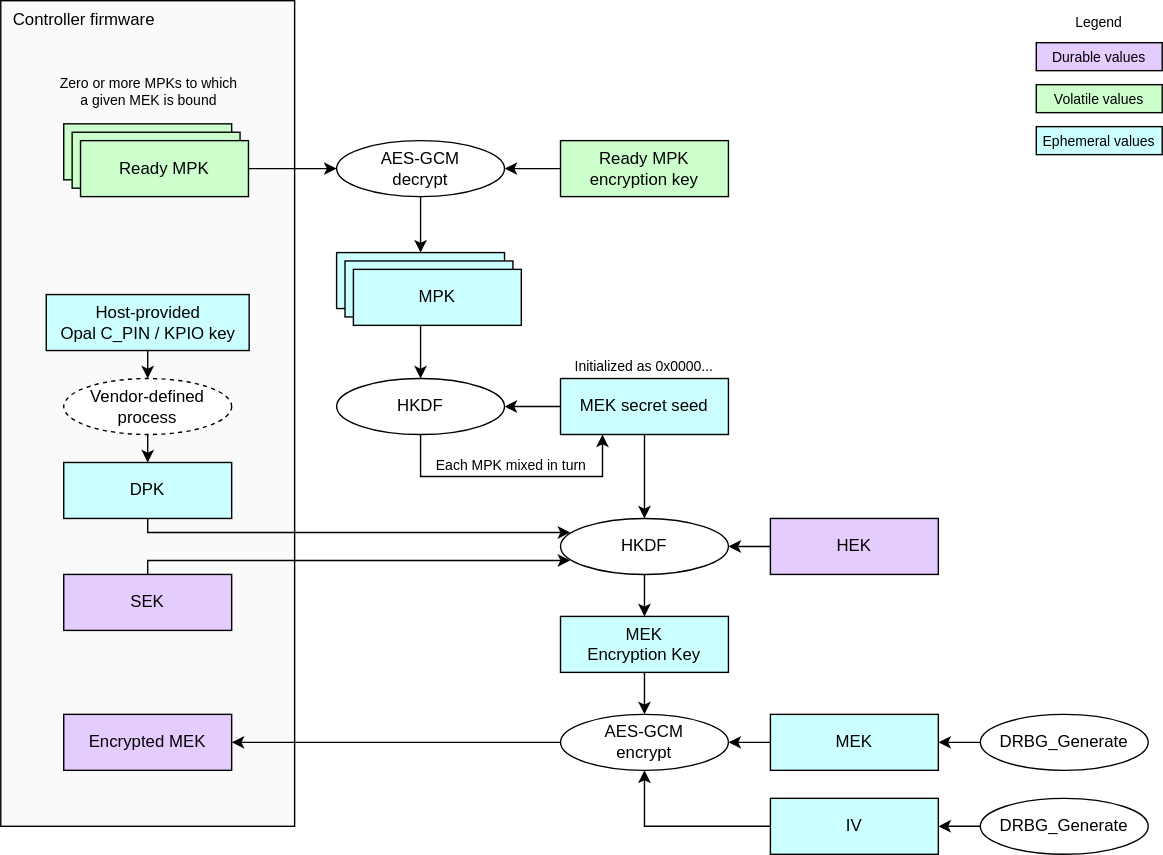
This is doc/ocp_lock/diagrams/mek_generation.drawio.svg from chipsalliance/Caliptra, a draw.io export, as it was before one commit. Source tidied: cells renumbered, new cells last; positions are measured from the earlier drawing's top-left corner, leaving out a move shared by most shapes. The source it was exported from:
```xml
<mxGraphModel background="#ffffff">
  <root>
    <mxCell id="0" />
    <mxCell id="1" parent="0" />
    <mxCell id="2" value="Controller firmware" style="rounded=0;whiteSpace=wrap;html=1;fillColor=#FAFAFA;strokeColor=#000000;align=left;verticalAlign=top;spacingLeft=7;" parent="1" vertex="1">
      <mxGeometry width="210" height="590" as="geometry" />
    </mxCell>
    <mxCell id="3" style="edgeStyle=segmentEdgeStyle;endArrow=classic;html=1;curved=0;rounded=0;endSize=6;startSize=6;entryX=0;entryY=0.5;entryDx=0;entryDy=0;exitX=1;exitY=0.5;exitDx=0;exitDy=0;" parent="1" edge="1" source="34" target="9">
      <mxGeometry relative="1" as="geometry" />
    </mxCell>
    <mxCell id="4" style="rounded=0;whiteSpace=wrap;html=1;align=center;verticalAlign=middle;shadow=0;glass=0;spacingLeft=0;spacingBottom=0;spacingTop=0;fillColor=#CCFFCC;" parent="1" vertex="1">
      <mxGeometry x="45" y="88" width="120" height="40" as="geometry" />
    </mxCell>
    <mxCell id="5" value="&lt;div&gt;&lt;font color=&quot;#000000&quot;&gt;HEK&lt;/font&gt;&lt;/div&gt;" style="rounded=0;whiteSpace=wrap;html=1;align=center;verticalAlign=middle;shadow=0;glass=0;spacingLeft=0;spacingBottom=0;spacingTop=0;fillColor=#E5CCFF;" parent="1" vertex="1">
      <mxGeometry x="550" y="370" width="120" height="40" as="geometry" />
    </mxCell>
    <mxCell id="6" value="&lt;div&gt;&lt;font color=&quot;#000000&quot;&gt;DPK&lt;/font&gt;&lt;/div&gt;" style="rounded=0;whiteSpace=wrap;html=1;align=center;verticalAlign=middle;shadow=0;glass=0;spacingLeft=0;spacingBottom=0;spacingTop=0;fillColor=#CCFFFF;" parent="1" vertex="1">
      <mxGeometry x="45" y="330" width="120" height="40" as="geometry" />
    </mxCell>
    <mxCell id="7" value="&lt;div&gt;&lt;font color=&quot;#000000&quot;&gt;MEK secret seed&lt;/font&gt;&lt;/div&gt;" style="rounded=0;whiteSpace=wrap;html=1;align=center;verticalAlign=middle;shadow=0;glass=0;spacingLeft=0;spacingBottom=0;spacingTop=0;fillColor=#CCFFFF;" parent="1" vertex="1">
      <mxGeometry x="400" y="270" width="120" height="40" as="geometry" />
    </mxCell>
    <mxCell id="8" value="&lt;div&gt;&lt;font color=&quot;#000000&quot;&gt;Ready MPK encryption key&lt;/font&gt;&lt;/div&gt;" style="rounded=0;whiteSpace=wrap;html=1;align=center;verticalAlign=middle;shadow=0;glass=0;spacingLeft=0;spacingBottom=0;spacingTop=0;fillColor=#CCFFCC;" parent="1" vertex="1">
      <mxGeometry x="400" y="100" width="120" height="40" as="geometry" />
    </mxCell>
    <mxCell id="9" value="AES-GCM&lt;div&gt;decrypt&lt;/div&gt;" style="ellipse;whiteSpace=wrap;html=1;fillColor=#FFFFFF;" parent="1" vertex="1">
      <mxGeometry x="240" y="100" width="120" height="40" as="geometry" />
    </mxCell>
    <mxCell id="10" style="rounded=0;whiteSpace=wrap;html=1;align=center;verticalAlign=middle;shadow=0;glass=0;spacingLeft=0;spacingBottom=0;spacingTop=0;fillColor=#CCFFFF;" parent="1" vertex="1">
      <mxGeometry x="240" y="180" width="120" height="40" as="geometry" />
    </mxCell>
    <mxCell id="11" style="edgeStyle=segmentEdgeStyle;endArrow=classic;html=1;curved=0;rounded=0;endSize=6;startSize=6;exitX=0;exitY=0.5;exitDx=0;exitDy=0;entryX=1;entryY=0.5;entryDx=0;entryDy=0;" parent="1" edge="1" source="8" target="9">
      <mxGeometry relative="1" as="geometry" />
    </mxCell>
    <mxCell id="12" style="edgeStyle=none;html=1;exitX=0.5;exitY=1;exitDx=0;exitDy=0;entryX=0.5;entryY=0;entryDx=0;entryDy=0;" parent="1" edge="1" source="9" target="10">
      <mxGeometry relative="1" as="geometry" />
    </mxCell>
    <mxCell id="13" value="HKDF" style="ellipse;whiteSpace=wrap;html=1;fillColor=#FFFFFF;" parent="1" vertex="1">
      <mxGeometry x="240" y="270" width="120" height="40" as="geometry" />
    </mxCell>
    <mxCell id="14" style="edgeStyle=none;html=1;exitX=0.5;exitY=1;exitDx=0;exitDy=0;entryX=0.5;entryY=0;entryDx=0;entryDy=0;" parent="1" edge="1" source="10" target="13">
      <mxGeometry relative="1" as="geometry" />
    </mxCell>
    <mxCell id="15" style="edgeStyle=none;html=1;exitX=0;exitY=0.5;exitDx=0;exitDy=0;entryX=1;entryY=0.5;entryDx=0;entryDy=0;endSize=6;startSize=6;" parent="1" edge="1" source="7" target="13">
      <mxGeometry relative="1" as="geometry" />
    </mxCell>
    <mxCell id="16" style="edgeStyle=segmentEdgeStyle;endArrow=classic;html=1;curved=0;rounded=0;endSize=6;startSize=6;exitX=0.5;exitY=1;exitDx=0;exitDy=0;entryX=0.25;entryY=1;entryDx=0;entryDy=0;" parent="1" edge="1" source="13" target="7">
      <mxGeometry relative="1" as="geometry">
        <Array as="points">
          <mxPoint x="300" y="340" />
          <mxPoint x="430" y="340" />
        </Array>
      </mxGeometry>
    </mxCell>
    <mxCell id="17" value="HKDF" style="ellipse;whiteSpace=wrap;html=1;fillColor=#FFFFFF;" parent="1" vertex="1">
      <mxGeometry x="400" y="370" width="120" height="40" as="geometry" />
    </mxCell>
    <mxCell id="18" value="&lt;div&gt;&lt;font color=&quot;#000000&quot;&gt;SEK&lt;/font&gt;&lt;/div&gt;" style="rounded=0;whiteSpace=wrap;html=1;align=center;verticalAlign=middle;shadow=0;glass=0;spacingLeft=0;spacingBottom=0;spacingTop=0;fillColor=#E5CCFF;" parent="1" vertex="1">
      <mxGeometry x="45" y="410" width="120" height="40" as="geometry" />
    </mxCell>
    <mxCell id="19" style="edgeStyle=none;html=1;exitX=0.5;exitY=1;exitDx=0;exitDy=0;" parent="1" edge="1" source="7" target="17">
      <mxGeometry relative="1" as="geometry" />
    </mxCell>
    <mxCell id="20" style="edgeStyle=segmentEdgeStyle;endArrow=classic;html=1;curved=0;rounded=0;endSize=6;startSize=6;exitX=0.5;exitY=1;exitDx=0;exitDy=0;arcSize=20;entryX=0.058;entryY=0.25;entryDx=0;entryDy=0;entryPerimeter=0;" parent="1" edge="1" source="6" target="17">
      <mxGeometry relative="1" as="geometry">
        <Array as="points">
          <mxPoint x="105" y="380" />
        </Array>
      </mxGeometry>
    </mxCell>
    <mxCell id="21" style="edgeStyle=segmentEdgeStyle;endArrow=classic;html=1;curved=0;rounded=0;endSize=6;startSize=6;entryX=0.058;entryY=0.75;entryDx=0;entryDy=0;entryPerimeter=0;exitX=0.5;exitY=0;exitDx=0;exitDy=0;" parent="1" edge="1" source="18" target="17">
      <mxGeometry relative="1" as="geometry">
        <Array as="points">
          <mxPoint x="105" y="400" />
        </Array>
      </mxGeometry>
    </mxCell>
    <mxCell id="22" value="Each MPK mixed in turn" style="text;strokeColor=none;align=center;fillColor=none;html=1;verticalAlign=middle;whiteSpace=wrap;rounded=0;fontSize=10;" parent="1" vertex="1">
      <mxGeometry x="300" y="317" width="130" height="30" as="geometry" />
    </mxCell>
    <mxCell id="23" value="&lt;div&gt;&lt;font color=&quot;#000000&quot;&gt;Durable values&lt;/font&gt;&lt;/div&gt;" style="rounded=0;whiteSpace=wrap;html=1;align=center;verticalAlign=middle;shadow=0;glass=0;spacingLeft=0;spacingBottom=0;spacingTop=0;fillColor=#E5CCFF;fontSize=10;" parent="1" vertex="1">
      <mxGeometry x="740" y="30" width="90" height="20" as="geometry" />
    </mxCell>
    <mxCell id="24" value="&lt;div&gt;&lt;font color=&quot;#000000&quot;&gt;Volatile values&lt;/font&gt;&lt;/div&gt;" style="rounded=0;whiteSpace=wrap;html=1;align=center;verticalAlign=middle;shadow=0;glass=0;spacingLeft=0;spacingBottom=0;spacingTop=0;fillColor=#CCFFCC;fontSize=10;" parent="1" vertex="1">
      <mxGeometry x="740" y="60" width="90" height="20" as="geometry" />
    </mxCell>
    <mxCell id="25" value="Legend" style="text;strokeColor=none;align=center;fillColor=none;html=1;verticalAlign=middle;whiteSpace=wrap;rounded=0;fontSize=10;" parent="1" vertex="1">
      <mxGeometry x="755" width="60" height="30" as="geometry" />
    </mxCell>
    <mxCell id="26" value="Vendor-defined process" style="ellipse;whiteSpace=wrap;html=1;fillColor=#FFFFFF;dashed=1;" parent="1" vertex="1">
      <mxGeometry x="45" y="270" width="120" height="40" as="geometry" />
    </mxCell>
    <mxCell id="27" value="&lt;div&gt;&lt;font color=&quot;#000000&quot;&gt;Host-provided&lt;/font&gt;&lt;/div&gt;&lt;div&gt;&lt;font color=&quot;#000000&quot;&gt;Opal C_PIN / KPIO key&lt;/font&gt;&lt;/div&gt;" style="rounded=0;whiteSpace=wrap;html=1;align=center;verticalAlign=middle;shadow=0;glass=0;spacingLeft=0;spacingBottom=0;spacingTop=0;fillColor=#CCFFFF;" parent="1" vertex="1">
      <mxGeometry x="32.5" y="210" width="145" height="40" as="geometry" />
    </mxCell>
    <mxCell id="28" style="endArrow=classic;html=1;exitX=0.5;exitY=1;exitDx=0;exitDy=0;" parent="1" edge="1" source="27" target="26">
      <mxGeometry relative="1" as="geometry" />
    </mxCell>
    <mxCell id="29" style="endArrow=classic;html=1;exitX=0.5;exitY=1;exitDx=0;exitDy=0;" parent="1" edge="1" source="26" target="6">
      <mxGeometry relative="1" as="geometry" />
    </mxCell>
    <mxCell id="30" value="&lt;div&gt;&lt;font color=&quot;#000000&quot;&gt;Ephemeral values&lt;/font&gt;&lt;/div&gt;" style="rounded=0;whiteSpace=wrap;html=1;align=center;verticalAlign=middle;shadow=0;glass=0;spacingLeft=0;spacingBottom=0;spacingTop=0;fillColor=#CCFFFF;fontSize=10;" parent="1" vertex="1">
      <mxGeometry x="740" y="90" width="90" height="20" as="geometry" />
    </mxCell>
    <mxCell id="31" value="&lt;div&gt;&lt;font color=&quot;#000000&quot;&gt;MEK&lt;/font&gt;&lt;/div&gt;&lt;div&gt;&lt;font color=&quot;#000000&quot;&gt;Encryption Key&lt;/font&gt;&lt;/div&gt;" style="rounded=0;whiteSpace=wrap;html=1;align=center;verticalAlign=middle;shadow=0;glass=0;spacingLeft=0;spacingBottom=0;spacingTop=0;fillColor=#CCFFFF;" parent="1" vertex="1">
      <mxGeometry x="400" y="440" width="120" height="40" as="geometry" />
    </mxCell>
    <mxCell id="32" style="edgeStyle=none;html=1;exitX=0.5;exitY=1;exitDx=0;exitDy=0;entryX=0.5;entryY=0;entryDx=0;entryDy=0;" parent="1" edge="1" source="17" target="31">
      <mxGeometry relative="1" as="geometry" />
    </mxCell>
    <mxCell id="33" style="rounded=0;whiteSpace=wrap;html=1;align=center;verticalAlign=middle;shadow=0;glass=0;spacingLeft=0;spacingBottom=0;spacingTop=0;fillColor=#CCFFCC;" parent="1" vertex="1">
      <mxGeometry x="51" y="94" width="120" height="40" as="geometry" />
    </mxCell>
    <mxCell id="34" value="&lt;div&gt;&lt;font color=&quot;#000000&quot;&gt;Ready MPK&lt;/font&gt;&lt;/div&gt;" style="rounded=0;whiteSpace=wrap;html=1;align=center;verticalAlign=middle;shadow=0;glass=0;spacingLeft=0;spacingBottom=0;spacingTop=0;fillColor=#CCFFCC;" parent="1" vertex="1">
      <mxGeometry x="57" y="100" width="120" height="40" as="geometry" />
    </mxCell>
    <mxCell id="35" style="rounded=0;whiteSpace=wrap;html=1;align=center;verticalAlign=middle;shadow=0;glass=0;spacingLeft=0;spacingBottom=0;spacingTop=0;fillColor=#CCFFFF;" parent="1" vertex="1">
      <mxGeometry x="246" y="186" width="120" height="40" as="geometry" />
    </mxCell>
    <mxCell id="36" value="&lt;div&gt;&lt;font color=&quot;#000000&quot;&gt;MPK&lt;/font&gt;&lt;/div&gt;" style="rounded=0;whiteSpace=wrap;html=1;align=center;verticalAlign=middle;shadow=0;glass=0;spacingLeft=0;spacingBottom=0;spacingTop=0;fillColor=#CCFFFF;" parent="1" vertex="1">
      <mxGeometry x="252" y="192" width="120" height="40" as="geometry" />
    </mxCell>
    <mxCell id="37" value="Zero or more MPKs to which a given MEK is bound" style="text;strokeColor=none;align=center;fillColor=none;html=1;verticalAlign=middle;whiteSpace=wrap;rounded=0;fontSize=10;" parent="1" vertex="1">
      <mxGeometry x="41" y="50" width="130" height="30" as="geometry" />
    </mxCell>
    <mxCell id="38" value="AES-GCM&lt;div&gt;encrypt&lt;/div&gt;" style="ellipse;whiteSpace=wrap;html=1;fillColor=#FFFFFF;" parent="1" vertex="1">
      <mxGeometry x="400" y="510" width="120" height="40" as="geometry" />
    </mxCell>
    <mxCell id="39" value="&lt;div&gt;&lt;font color=&quot;#000000&quot;&gt;MEK&lt;/font&gt;&lt;/div&gt;" style="rounded=0;whiteSpace=wrap;html=1;align=center;verticalAlign=middle;shadow=0;glass=0;spacingLeft=0;spacingBottom=0;spacingTop=0;fillColor=#CCFFFF;" parent="1" vertex="1">
      <mxGeometry x="550" y="510" width="120" height="40" as="geometry" />
    </mxCell>
    <mxCell id="40" value="DRBG_Generate" style="ellipse;whiteSpace=wrap;html=1;fillColor=#FFFFFF;" parent="1" vertex="1">
      <mxGeometry x="700" y="510" width="120" height="40" as="geometry" />
    </mxCell>
    <mxCell id="41" style="edgeStyle=none;html=1;exitX=0;exitY=0.5;exitDx=0;exitDy=0;entryX=1;entryY=0.5;entryDx=0;entryDy=0;" parent="1" edge="1" source="40" target="39">
      <mxGeometry relative="1" as="geometry" />
    </mxCell>
    <mxCell id="42" style="edgeStyle=none;html=1;exitX=0;exitY=0.5;exitDx=0;exitDy=0;entryX=1;entryY=0.5;entryDx=0;entryDy=0;" parent="1" edge="1" source="39" target="38">
      <mxGeometry relative="1" as="geometry" />
    </mxCell>
    <mxCell id="43" style="edgeStyle=none;html=1;exitX=0.5;exitY=1;exitDx=0;exitDy=0;entryX=0.5;entryY=0;entryDx=0;entryDy=0;" parent="1" edge="1" source="31" target="38">
      <mxGeometry relative="1" as="geometry" />
    </mxCell>
    <mxCell id="44" value="&lt;div&gt;&lt;font color=&quot;#000000&quot;&gt;Encrypted MEK&lt;/font&gt;&lt;/div&gt;" style="rounded=0;whiteSpace=wrap;html=1;align=center;verticalAlign=middle;shadow=0;glass=0;spacingLeft=0;spacingBottom=0;spacingTop=0;fillColor=#E5CCFF;" parent="1" vertex="1">
      <mxGeometry x="45" y="510" width="120" height="40" as="geometry" />
    </mxCell>
    <mxCell id="45" style="edgeStyle=none;html=1;exitX=0;exitY=0.5;exitDx=0;exitDy=0;entryX=1;entryY=0.5;entryDx=0;entryDy=0;" parent="1" edge="1" source="38" target="44">
      <mxGeometry relative="1" as="geometry" />
    </mxCell>
    <mxCell id="46" style="edgeStyle=none;html=1;exitX=0;exitY=0.5;exitDx=0;exitDy=0;entryX=1;entryY=0.5;entryDx=0;entryDy=0;" parent="1" edge="1" source="5" target="17">
      <mxGeometry relative="1" as="geometry" />
    </mxCell>
    <mxCell id="47" value="Initialized as 0x0000..." style="whiteSpace=wrap;html=1;strokeColor=none;fillColor=none;fontSize=10;" parent="1" vertex="1">
      <mxGeometry x="391" y="250" width="138" height="22" as="geometry" />
    </mxCell>
    <mxCell id="48" value="&lt;div&gt;&lt;font color=&quot;#000000&quot;&gt;IV&lt;/font&gt;&lt;/div&gt;" style="rounded=0;whiteSpace=wrap;html=1;align=center;verticalAlign=middle;shadow=0;glass=0;spacingLeft=0;spacingBottom=0;spacingTop=0;fillColor=#CCFFFF;" parent="1" vertex="1">
      <mxGeometry x="550" y="570" width="120" height="40" as="geometry" />
    </mxCell>
    <mxCell id="49" value="DRBG_Generate" style="ellipse;whiteSpace=wrap;html=1;fillColor=#FFFFFF;" parent="1" vertex="1">
      <mxGeometry x="700" y="570" width="120" height="40" as="geometry" />
    </mxCell>
    <mxCell id="50" style="edgeStyle=none;html=1;exitX=0;exitY=0.5;exitDx=0;exitDy=0;entryX=1;entryY=0.5;entryDx=0;entryDy=0;" parent="1" edge="1" source="49" target="48">
      <mxGeometry relative="1" as="geometry" />
    </mxCell>
    <mxCell id="51" style="edgeStyle=orthogonalEdgeStyle;endArrow=classic;html=1;rounded=0;endSize=6;startSize=6;entryX=0.5;entryY=1;entryDx=0;entryDy=0;exitX=0;exitY=0.5;exitDx=0;exitDy=0;" parent="1" edge="1" source="48" target="38">
      <mxGeometry relative="1" as="geometry" />
    </mxCell>
  </root>
</mxGraphModel>
```
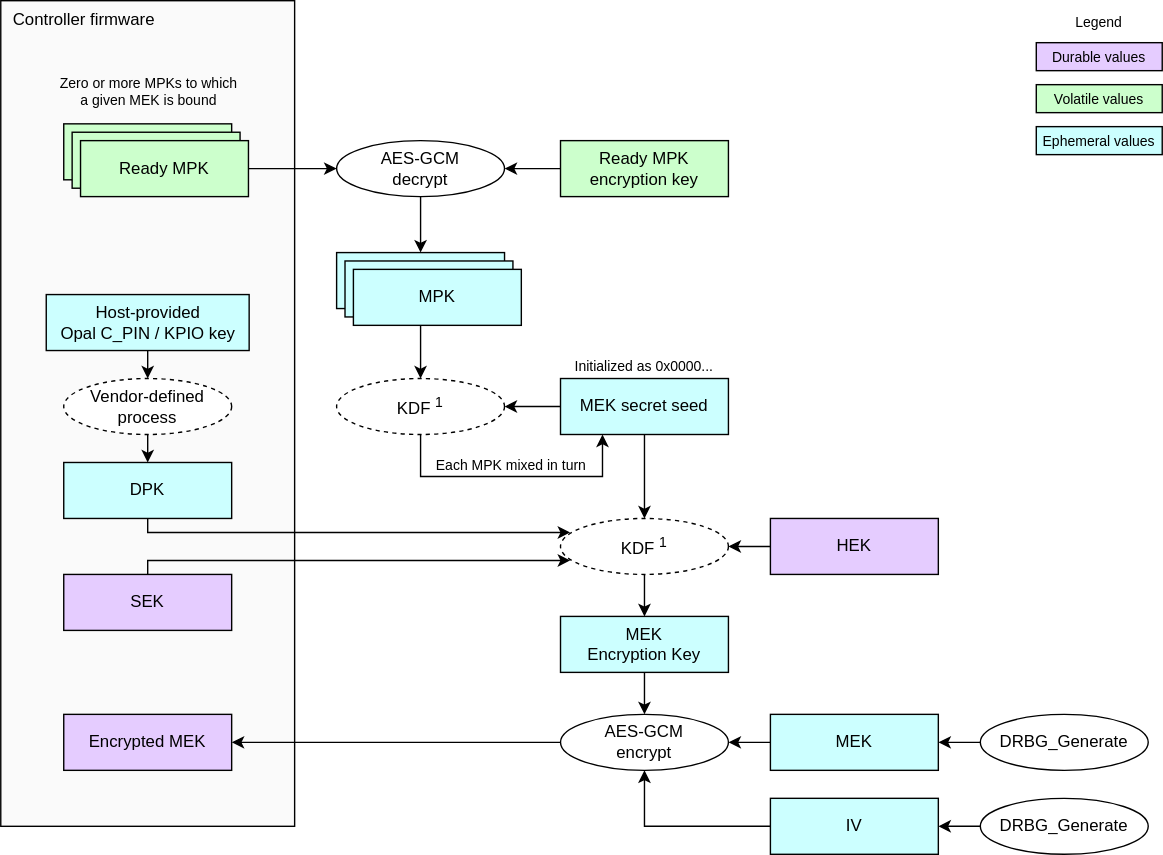
After the commit.

Diff of the diagram source:
```diff
@@ -35,7 +35,7 @@
     <mxCell id="12" style="edgeStyle=none;html=1;exitX=0.5;exitY=1;exitDx=0;exitDy=0;entryX=0.5;entryY=0;entryDx=0;entryDy=0;" parent="1" edge="1" source="9" target="10">
       <mxGeometry relative="1" as="geometry" />
     </mxCell>
-    <mxCell id="13" value="HKDF" style="ellipse;whiteSpace=wrap;html=1;fillColor=#FFFFFF;" parent="1" vertex="1">
+    <mxCell id="13" value="KDF&lt;sup&gt;1&lt;/sup&gt;" style="ellipse;whiteSpace=wrap;html=1;fillColor=#FFFFFF;dashed=1;" parent="1" vertex="1">
       <mxGeometry x="240" y="270" width="120" height="40" as="geometry" />
     </mxCell>
     <mxCell id="14" style="edgeStyle=none;html=1;exitX=0.5;exitY=1;exitDx=0;exitDy=0;entryX=0.5;entryY=0;entryDx=0;entryDy=0;" parent="1" edge="1" source="10" target="13">
@@ -52,7 +52,7 @@
         </Array>
       </mxGeometry>
     </mxCell>
-    <mxCell id="17" value="HKDF" style="ellipse;whiteSpace=wrap;html=1;fillColor=#FFFFFF;" parent="1" vertex="1">
+    <mxCell id="17" value="KDF&lt;sup&gt;1&lt;/sup&gt;" style="ellipse;whiteSpace=wrap;html=1;fillColor=#FFFFFF;dashed=1;" parent="1" vertex="1">
       <mxGeometry x="400" y="370" width="120" height="40" as="geometry" />
     </mxCell>
     <mxCell id="18" value="&lt;div&gt;&lt;font color=&quot;#000000&quot;&gt;SEK&lt;/font&gt;&lt;/div&gt;" style="rounded=0;whiteSpace=wrap;html=1;align=center;verticalAlign=middle;shadow=0;glass=0;spacingLeft=0;spacingBottom=0;spacingTop=0;fillColor=#E5CCFF;" parent="1" vertex="1">
```
